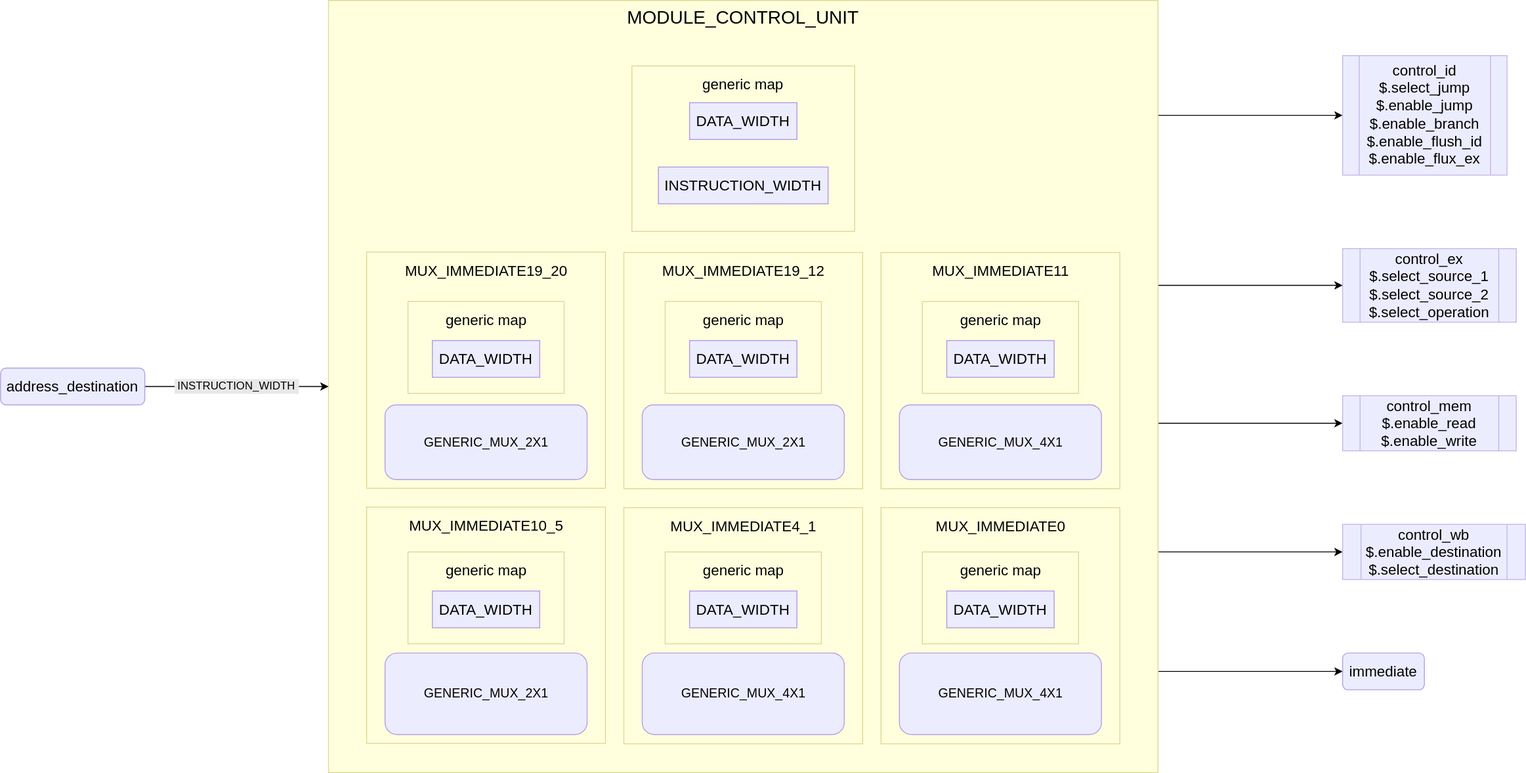
Above: public/images/reference/report_components/module_control_unit.drawio.svg in insper-riscv/docs (draw.io), before the change. Source tidied: cells renumbered, new cells last; positions are measured from the earlier drawing's top-left corner, leaving out a move shared by most shapes.
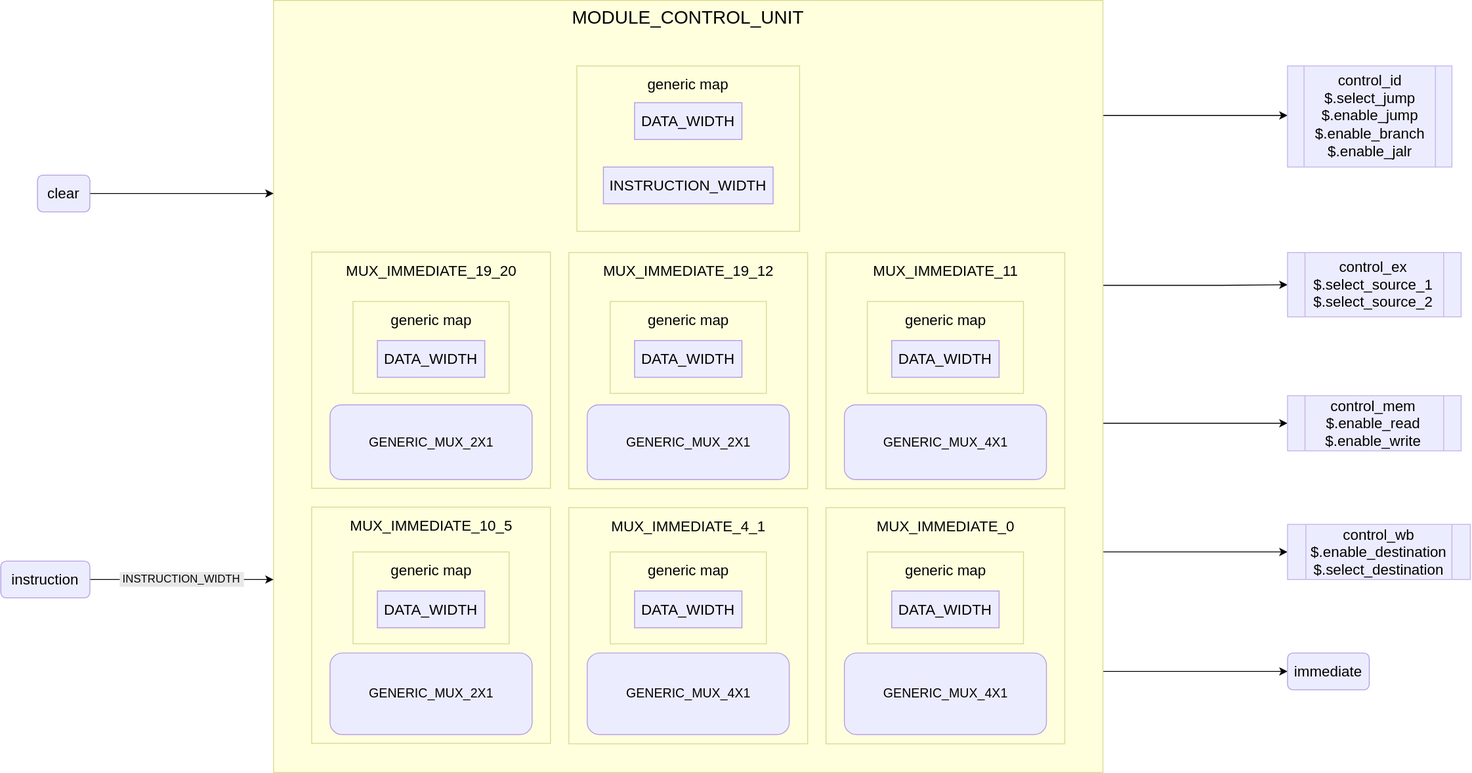
The same file after the commit.

Commit message:
update module_control_unit report diagram

The edit, as a diff of the source:
```diff
@@ -45,16 +45,16 @@
     <mxCell id="7" value="MODULE_CONTROL_UNIT" style="rounded=0;whiteSpace=wrap;html=1;fillColor=#ffffde;strokeColor=#dada94;verticalAlign=top;fontSize=20;" parent="1" vertex="1">
       <mxGeometry x="357" width="903" height="840" as="geometry" />
     </mxCell>
-    <mxCell id="8" value="&lt;span style=&quot;font-size: 16px;&quot;&gt;MUX_IMMEDIATE19_20&lt;/span&gt;" style="rounded=0;whiteSpace=wrap;html=1;fillColor=#ffffde;strokeColor=#dada94;verticalAlign=top;fontSize=20;" parent="1" vertex="1">
+    <mxCell id="8" value="&lt;span style=&quot;font-size: 16px;&quot;&gt;MUX_IMMEDIATE_19_20&lt;/span&gt;" style="rounded=0;whiteSpace=wrap;html=1;fillColor=#ffffde;strokeColor=#dada94;verticalAlign=top;fontSize=20;" parent="1" vertex="1">
       <mxGeometry x="398.5" y="273.8" width="260" height="257" as="geometry" />
     </mxCell>
-    <mxCell id="9" value="&lt;span style=&quot;font-size: 16px;&quot;&gt;MUX_IMMEDIATE19_12&lt;/span&gt;" style="rounded=0;whiteSpace=wrap;html=1;fillColor=#ffffde;strokeColor=#dada94;verticalAlign=top;fontSize=20;" parent="1" vertex="1">
+    <mxCell id="9" value="&lt;span style=&quot;font-size: 16px;&quot;&gt;MUX_IMMEDIATE_19_12&lt;/span&gt;" style="rounded=0;whiteSpace=wrap;html=1;fillColor=#ffffde;strokeColor=#dada94;verticalAlign=top;fontSize=20;" parent="1" vertex="1">
       <mxGeometry x="678.5" y="274.2" width="260" height="257" as="geometry" />
     </mxCell>
     <mxCell id="10" value="GENERIC_MUX_2X1" style="rounded=1;whiteSpace=wrap;html=1;fillColor=#ececff;strokeColor=#b59fe2;fontSize=14;" parent="1" vertex="1">
       <mxGeometry x="698.5" y="440" width="220" height="81.2" as="geometry" />
     </mxCell>
-    <mxCell id="11" value="&lt;span style=&quot;font-size: 16px;&quot;&gt;MUX_IMMEDIATE11&lt;/span&gt;" style="rounded=0;whiteSpace=wrap;html=1;fillColor=#ffffde;strokeColor=#dada94;verticalAlign=top;fontSize=20;" parent="1" vertex="1">
+    <mxCell id="11" value="&lt;span style=&quot;font-size: 16px;&quot;&gt;MUX_IMMEDIATE_11&lt;/span&gt;" style="rounded=0;whiteSpace=wrap;html=1;fillColor=#ffffde;strokeColor=#dada94;verticalAlign=top;fontSize=20;" parent="1" vertex="1">
       <mxGeometry x="958.5" y="274.2" width="260" height="257" as="geometry" />
     </mxCell>
     <mxCell id="12" value="GENERIC_MUX_4X1" style="rounded=1;whiteSpace=wrap;html=1;fillColor=#ececff;strokeColor=#b59fe2;fontSize=14;" parent="1" vertex="1">
@@ -63,16 +63,16 @@
     <mxCell id="13" value="GENERIC_MUX_2X1" style="rounded=1;whiteSpace=wrap;html=1;fillColor=#ececff;strokeColor=#b59fe2;fontSize=14;" parent="1" vertex="1">
       <mxGeometry x="418.5" y="440" width="220" height="81.2" as="geometry" />
     </mxCell>
-    <mxCell id="14" value="&lt;span style=&quot;font-size: 16px;&quot;&gt;MUX_IMMEDIATE10_5&lt;/span&gt;" style="rounded=0;whiteSpace=wrap;html=1;fillColor=#ffffde;strokeColor=#dada94;verticalAlign=top;fontSize=20;" parent="1" vertex="1">
+    <mxCell id="14" value="&lt;span style=&quot;font-size: 16px;&quot;&gt;MUX_IMMEDIATE_10_5&lt;/span&gt;" style="rounded=0;whiteSpace=wrap;html=1;fillColor=#ffffde;strokeColor=#dada94;verticalAlign=top;fontSize=20;" parent="1" vertex="1">
       <mxGeometry x="398.5" y="551.2" width="260" height="257" as="geometry" />
     </mxCell>
-    <mxCell id="15" value="&lt;span style=&quot;font-size: 16px;&quot;&gt;MUX_IMMEDIATE4_1&lt;/span&gt;" style="rounded=0;whiteSpace=wrap;html=1;fillColor=#ffffde;strokeColor=#dada94;verticalAlign=top;fontSize=20;" parent="1" vertex="1">
+    <mxCell id="15" value="&lt;span style=&quot;font-size: 16px;&quot;&gt;MUX_IMMEDIATE_4_1&lt;/span&gt;" style="rounded=0;whiteSpace=wrap;html=1;fillColor=#ffffde;strokeColor=#dada94;verticalAlign=top;fontSize=20;" parent="1" vertex="1">
       <mxGeometry x="678.5" y="551.8" width="260" height="257" as="geometry" />
     </mxCell>
     <mxCell id="16" value="GENERIC_MUX_4X1" style="rounded=1;whiteSpace=wrap;html=1;fillColor=#ececff;strokeColor=#b59fe2;fontSize=14;" parent="1" vertex="1">
       <mxGeometry x="698.5" y="710" width="220" height="88.8" as="geometry" />
     </mxCell>
-    <mxCell id="17" value="&lt;span style=&quot;font-size: 16px;&quot;&gt;MUX_IMMEDIATE0&lt;/span&gt;" style="rounded=0;whiteSpace=wrap;html=1;fillColor=#ffffde;strokeColor=#dada94;verticalAlign=top;fontSize=20;" parent="1" vertex="1">
+    <mxCell id="17" value="&lt;span style=&quot;font-size: 16px;&quot;&gt;MUX_IMMEDIATE_0&lt;/span&gt;" style="rounded=0;whiteSpace=wrap;html=1;fillColor=#ffffde;strokeColor=#dada94;verticalAlign=top;fontSize=20;" parent="1" vertex="1">
       <mxGeometry x="958.5" y="551.8" width="260" height="257" as="geometry" />
     </mxCell>
     <mxCell id="18" value="GENERIC_MUX_4X1" style="rounded=1;whiteSpace=wrap;html=1;fillColor=#ececff;strokeColor=#b59fe2;fontSize=14;" parent="1" vertex="1">
@@ -90,16 +90,14 @@
     <mxCell id="22" value="INSTRUCTION_WIDTH" style="rounded=0;whiteSpace=wrap;html=1;fillColor=#ececff;strokeColor=#b29ae1;fontSize=16;" parent="1" vertex="1">
       <mxGeometry x="716.1" y="181.2" width="184.7" height="40" as="geometry" />
     </mxCell>
-    <mxCell id="23" style="edgeStyle=orthogonalEdgeStyle;rounded=0;jettySize=auto;html=1;entryX=0;entryY=0.5;entryDx=0;entryDy=0;" parent="1" edge="1" source="24">
-      <mxGeometry relative="1" as="geometry">
-        <mxPoint x="357" y="420" as="targetPoint" />
-      </mxGeometry>
-    </mxCell>
+    <mxCell id="43" style="edgeStyle=orthogonalEdgeStyle;rounded=0;jettySize=auto;html=1;entryX=0;entryY=0.75;entryDx=0;entryDy=0;" parent="1" edge="1" source="24" target="7">
+      <mxGeometry relative="1" as="geometry" />
+    </mxCell>
-    <mxCell id="24" value="address_destination" style="rounded=1;whiteSpace=wrap;html=1;fillColor=#ececff;strokeColor=#b59fe2;fontSize=16;" parent="1" vertex="1">
-      <mxGeometry y="400" width="157" height="40" as="geometry" />
+    <mxCell id="24" value="instruction" style="rounded=1;whiteSpace=wrap;html=1;fillColor=#ececff;strokeColor=#b59fe2;fontSize=16;" parent="1" vertex="1">
+      <mxGeometry x="60" y="610" width="97" height="40" as="geometry" />
     </mxCell>
     <mxCell id="25" value="INSTRUCTION_WIDTH" style="rounded=0;whiteSpace=wrap;html=1;fillColor=#e8e8e8;strokeColor=#e8e8e8;" parent="1" vertex="1">
-      <mxGeometry x="190" y="412.5" width="134.2" height="15" as="geometry" />
+      <mxGeometry x="190" y="622.5" width="134.2" height="15" as="geometry" />
     </mxCell>
     <mxCell id="26" value="&lt;span style=&quot;font-size: 16px;&quot;&gt;generic map&lt;/span&gt;" style="rounded=0;whiteSpace=wrap;html=1;fillColor=#ffffde;strokeColor=#dada94;verticalAlign=top;fontSize=20;" parent="1" vertex="1">
       <mxGeometry x="443.5" y="327.5" width="170" height="100" as="geometry" />
@@ -140,11 +138,11 @@
     <mxCell id="38" value="immediate" style="rounded=1;whiteSpace=wrap;html=1;fillColor=#ececff;strokeColor=#b59fe2;fontSize=16;" parent="1" vertex="1">
       <mxGeometry x="1461" y="710" width="89" height="40" as="geometry" />
     </mxCell>
-    <mxCell id="39" value="&lt;span style=&quot;font-size: 16px;&quot;&gt;control_id&lt;/span&gt;&lt;div style=&quot;font-size: 16px;&quot;&gt;$.select_jump&lt;/div&gt;&lt;div style=&quot;font-size: 16px;&quot;&gt;$.enable_jump&lt;/div&gt;&lt;div style=&quot;font-size: 16px;&quot;&gt;$.enable_branch&lt;/div&gt;&lt;div style=&quot;font-size: 16px;&quot;&gt;$.enable_flush_id&lt;/div&gt;&lt;div style=&quot;font-size: 16px;&quot;&gt;$.enable_flux_ex&lt;/div&gt;" style="shape=process;whiteSpace=wrap;html=1;backgroundOutline=1;fillColor=#ececff;strokeColor=#c5b5eb;verticalAlign=top;" parent="1" vertex="1">
-      <mxGeometry x="1461" y="60" width="179" height="130" as="geometry" />
+    <mxCell id="39" value="&lt;span style=&quot;font-size: 16px;&quot;&gt;control_id&lt;/span&gt;&lt;div style=&quot;font-size: 16px;&quot;&gt;$.select_jump&lt;/div&gt;&lt;div style=&quot;font-size: 16px;&quot;&gt;$.enable_jump&lt;/div&gt;&lt;div style=&quot;font-size: 16px;&quot;&gt;$.enable_branch&lt;/div&gt;&lt;div style=&quot;font-size: 16px;&quot;&gt;$.enable_jalr&lt;/div&gt;" style="shape=process;whiteSpace=wrap;html=1;backgroundOutline=1;fillColor=#ececff;strokeColor=#c5b5eb;verticalAlign=top;" parent="1" vertex="1">
+      <mxGeometry x="1461" y="71.2" width="179" height="110" as="geometry" />
     </mxCell>
-    <mxCell id="40" value="&lt;span style=&quot;font-size: 16px;&quot;&gt;control_ex&lt;/span&gt;&lt;div style=&quot;font-size: 16px;&quot;&gt;$.select_source_1&lt;/div&gt;&lt;div style=&quot;font-size: 16px;&quot;&gt;$.&lt;span style=&quot;background-color: initial;&quot;&gt;select_source_2&lt;/span&gt;&lt;/div&gt;&lt;div style=&quot;font-size: 16px;&quot;&gt;$.&lt;span style=&quot;background-color: initial;&quot;&gt;select_operation&lt;/span&gt;&lt;/div&gt;" style="shape=process;whiteSpace=wrap;html=1;backgroundOutline=1;fillColor=#ececff;strokeColor=#c5b5eb;" parent="1" vertex="1">
-      <mxGeometry x="1461" y="270" width="189" height="80" as="geometry" />
+    <mxCell id="40" value="&lt;span style=&quot;font-size: 16px;&quot;&gt;control_ex&lt;/span&gt;&lt;div style=&quot;font-size: 16px;&quot;&gt;$.select_source_1&lt;/div&gt;&lt;div style=&quot;font-size: 16px;&quot;&gt;$.&lt;span style=&quot;background-color: initial;&quot;&gt;select_source_2&lt;/span&gt;&lt;/div&gt;" style="shape=process;whiteSpace=wrap;html=1;backgroundOutline=1;fillColor=#ececff;strokeColor=#c5b5eb;" parent="1" vertex="1">
+      <mxGeometry x="1461" y="274.2" width="189" height="70" as="geometry" />
     </mxCell>
     <mxCell id="41" value="&lt;span style=&quot;font-size: 16px;&quot;&gt;control_mem&lt;/span&gt;&lt;div style=&quot;font-size: 16px;&quot;&gt;$.enable_read&lt;/div&gt;&lt;div style=&quot;font-size: 16px;&quot;&gt;$.enable_write&lt;/div&gt;" style="shape=process;whiteSpace=wrap;html=1;backgroundOutline=1;fillColor=#ececff;strokeColor=#c5b5eb;" parent="1" vertex="1">
       <mxGeometry x="1461" y="430" width="189" height="60" as="geometry" />
@@ -152,5 +150,11 @@
     <mxCell id="42" value="&lt;span style=&quot;font-size: 16px;&quot;&gt;control_wb&lt;/span&gt;&lt;div style=&quot;font-size: 16px;&quot;&gt;$.enable_destination&lt;/div&gt;&lt;div style=&quot;font-size: 16px;&quot;&gt;$.select_destination&lt;/div&gt;" style="shape=process;whiteSpace=wrap;html=1;backgroundOutline=1;fillColor=#ececff;strokeColor=#c5b5eb;" parent="1" vertex="1">
       <mxGeometry x="1461" y="570" width="199" height="60" as="geometry" />
     </mxCell>
+    <mxCell id="44" style="edgeStyle=orthogonalEdgeStyle;rounded=0;jettySize=auto;html=1;entryX=0;entryY=0.25;entryDx=0;entryDy=0;" parent="1" edge="1" source="45" target="7">
+      <mxGeometry relative="1" as="geometry" />
+    </mxCell>
+    <mxCell id="45" value="clear" style="rounded=1;whiteSpace=wrap;html=1;fillColor=#ececff;strokeColor=#b59fe2;fontSize=16;" parent="1" vertex="1">
+      <mxGeometry x="100" y="190" width="57" height="40" as="geometry" />
+    </mxCell>
   </root>
 </mxGraphModel>
```
